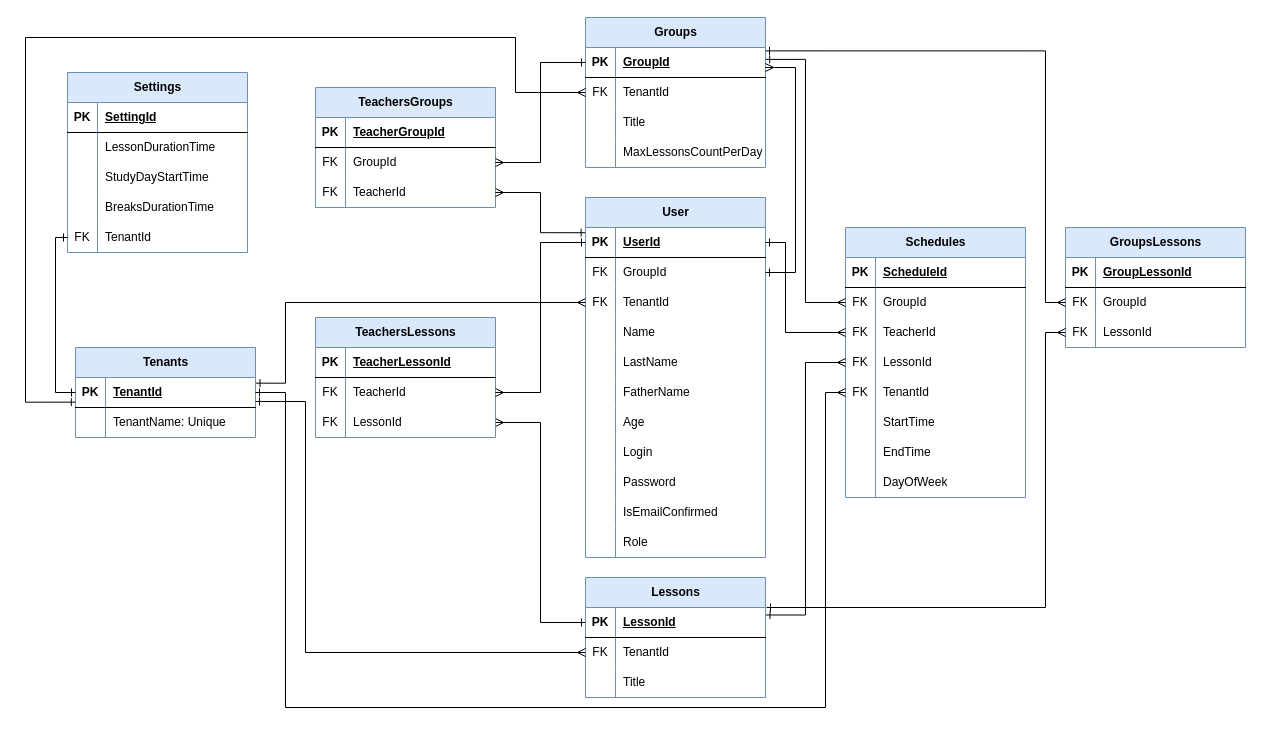
Above: ESchedule/Diagrams/ER.drawio in KuleshovNikita/ESchedule (draw.io), before the change. Source tidied: cells renumbered, new cells numbered last; positions are measured from the earlier drawing's top-left corner, leaving out a move shared by most shapes. Both pictures are drawn from the tidied source at 100%, with x=0, y=0 at pixel (25, 17).
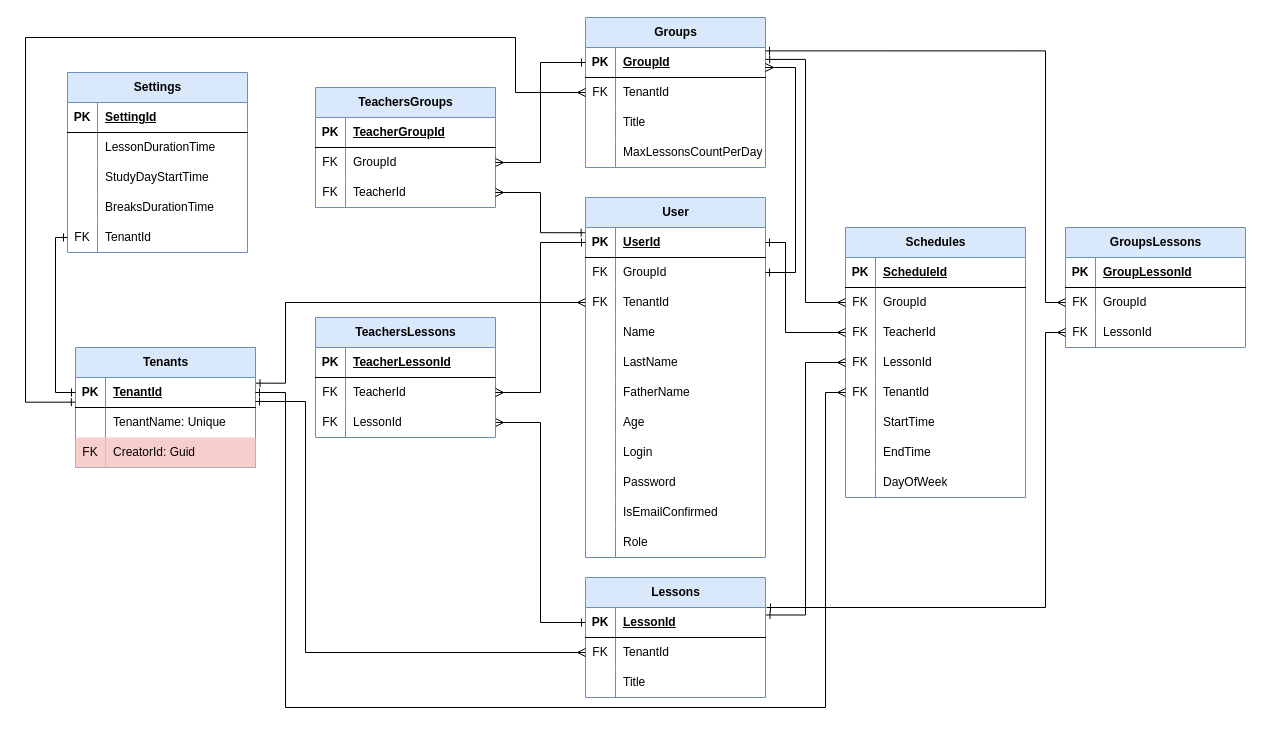
Above is the later version.

The edit, as a diff of the source:
```diff
@@
     <mxCell id="141" value="Tenants" style="shape=table;startSize=30;childLayout=tableLayout;rowLines=0;fontStyle=1;align=center;html=1;fillColor=#dae8fc;strokeColor=#6c8ebf;" parent="1" vertex="1">
-      <mxGeometry x="50" y="330" width="180" height="90" as="geometry" />
+      <mxGeometry x="50" y="330" width="180" height="120" as="geometry" />
     </mxCell>
@@
+    <mxCell id="152" style="shape=tableRow;horizontal=0;startSize=0;swimlaneHead=0;swimlaneBody=0;fillColor=none;top=0;left=0;right=0;bottom=0;" parent="141" vertex="1">
+      <mxGeometry y="90" width="180" height="30" as="geometry" />
+    </mxCell>
+    <mxCell id="153" value="FK" style="shape=partialRectangle;fillColor=#f8cecc;top=0;left=0;bottom=0;right=0;overflow=hidden;whiteSpace=wrap;html=1;strokeColor=#b85450;" parent="152" vertex="1">
+      <mxGeometry width="30" height="30" as="geometry" />
+    </mxCell>
+    <mxCell id="154" value="CreatorId: Guid" style="shape=partialRectangle;fillColor=#f8cecc;top=0;left=0;bottom=0;right=0;align=left;spacingLeft=6;overflow=hidden;whiteSpace=wrap;html=1;strokeColor=#b85450;" parent="152" vertex="1">
+      <mxGeometry x="30" width="150" height="30" as="geometry" />
+    </mxCell>
```
